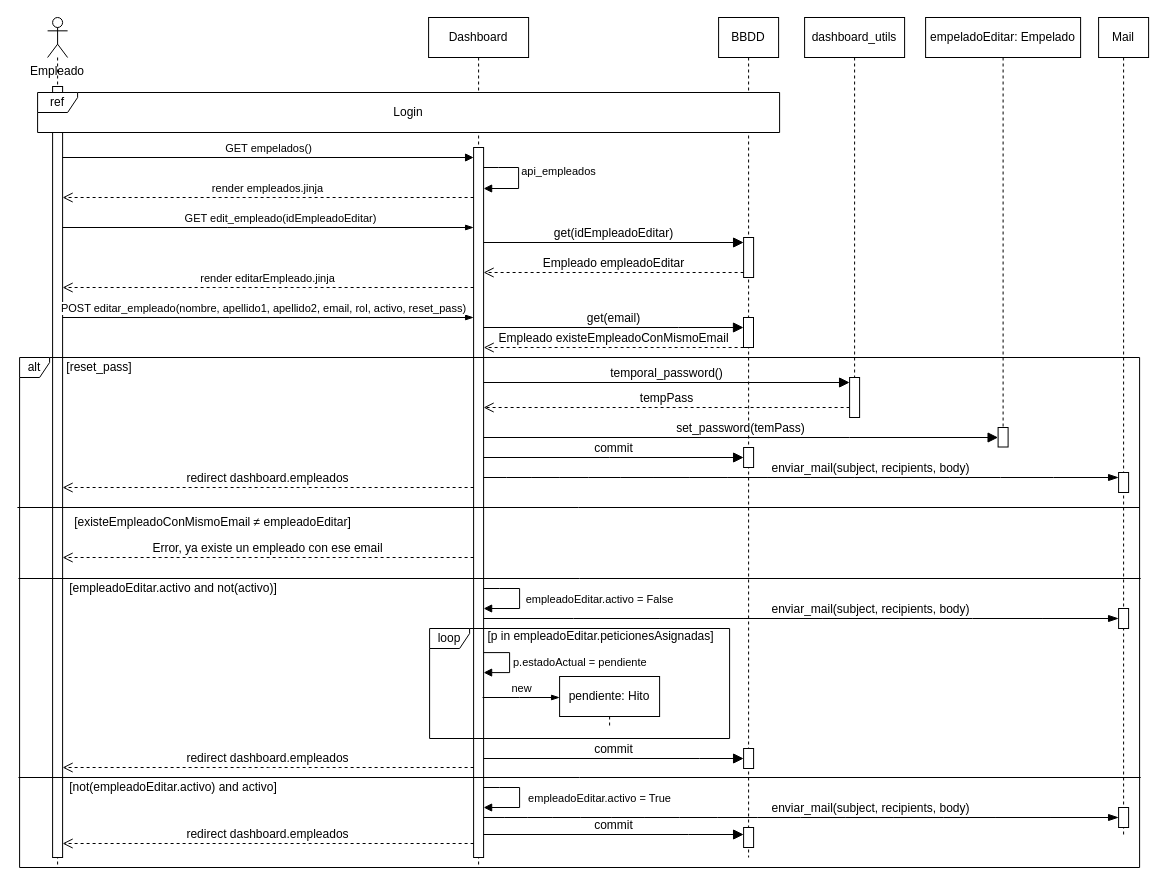
Earlier version of the draw.io diagram page "Secuencia Desactivar Empleados" (13 of 15) of documents/img/diagramas/TFG.drawio (humaral/tfg). Source tidied: cells renumbered, new cells numbered last; positions are measured from the earlier drawing's top-left corner, leaving out a move shared by most shapes. Both pictures are drawn from the tidied source at 100%, with x=0, y=0 at pixel (17, 17).
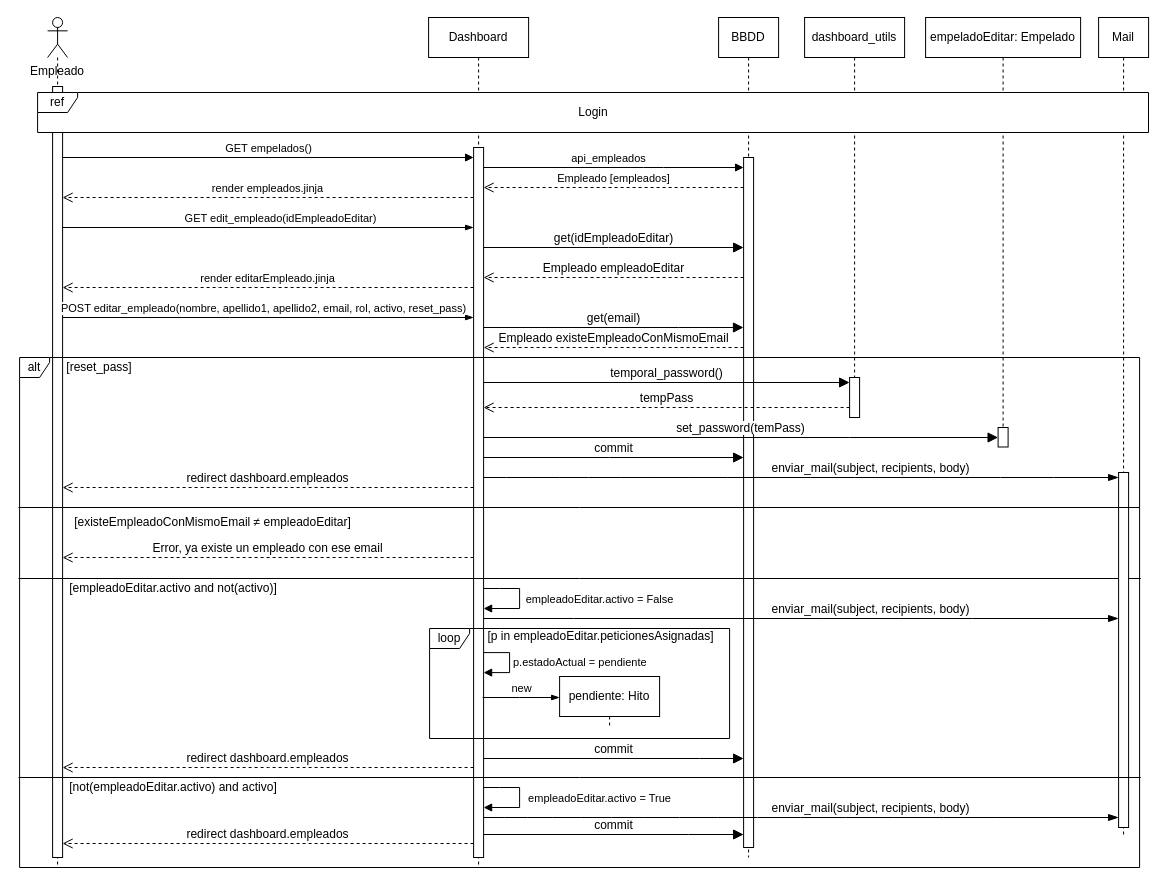
Above is the later version.

Unchanged cells that the change refers to:
```xml
<mxCell id="4" value="Dashboard" style="shape=umlLifeline;perimeter=lifelinePerimeter;whiteSpace=wrap;html=1;newEdgeStyle={&quot;edgeStyle&quot;:&quot;elbowEdgeStyle&quot;,&quot;elbow&quot;:&quot;vertical&quot;,&quot;curved&quot;:0,&quot;rounded&quot;:0};" parent="1" vertex="1">
  <mxGeometry x="411.1" width="100" height="850" as="geometry" />
</mxCell>
<mxCell id="5" style="html=1;points=[[0,0,0,0,5],[0,1,0,0,-5],[1,0,0,0,5],[1,1,0,0,-5]];perimeter=orthogonalPerimeter;outlineConnect=0;targetShapes=umlLifeline;portConstraint=eastwest;newEdgeStyle={&quot;curved&quot;:0,&quot;rounded&quot;:0};" parent="4" vertex="1">
  <mxGeometry x="45" y="130" width="10" height="710" as="geometry" />
</mxCell>
<mxCell id="11" value="BBDD" style="shape=umlLifeline;perimeter=lifelinePerimeter;whiteSpace=wrap;html=1;newEdgeStyle={&quot;curved&quot;:0,&quot;rounded&quot;:0};" parent="1" vertex="1">
  <mxGeometry x="701.1" width="60" height="840" as="geometry" />
</mxCell>
<mxCell id="34" style="html=1;points=[[0,0,0,0,5],[0,1,0,0,-5],[1,0,0,0,5],[1,1,0,0,-5]];perimeter=orthogonalPerimeter;outlineConnect=0;targetShapes=umlLifeline;portConstraint=eastwest;newEdgeStyle={&quot;curved&quot;:0,&quot;rounded&quot;:0};" parent="33" vertex="1">
  <mxGeometry x="45" y="360" width="10" height="40" as="geometry" />
</mxCell>
<mxCell id="39" value="Mail" style="shape=umlLifeline;perimeter=lifelinePerimeter;whiteSpace=wrap;html=1;newEdgeStyle={&quot;curved&quot;:0,&quot;rounded&quot;:0};" parent="1" vertex="1">
  <mxGeometry x="1081.1" width="50" height="820" as="geometry" />
</mxCell>
```

The edit, as a diff of the source:
```diff
@@
-    <mxCell id="6" value="api_empleados" style="html=1;verticalAlign=bottom;endArrow=block;curved=0;rounded=0;" parent="4" edge="1" source="5">
-      <mxGeometry x="0.05" y="40" relative="1" as="geometry">
-        <mxPoint x="55" y="171" as="targetPoint" />
-        <Array as="points">
-          <mxPoint x="70" y="150" />
-          <mxPoint x="90" y="150" />
-          <mxPoint x="90" y="171" />
-        </Array>
-      </mxGeometry>
-    </mxCell>
@@
     <mxCell id="12" style="html=1;points=[[0,0,0,0,5],[0,1,0,0,-5],[1,0,0,0,5],[1,1,0,0,-5]];perimeter=orthogonalPerimeter;outlineConnect=0;targetShapes=umlLifeline;portConstraint=eastwest;newEdgeStyle={&quot;curved&quot;:0,&quot;rounded&quot;:0};" parent="11" vertex="1">
-      <mxGeometry x="25" y="220" width="10" height="40" as="geometry" />
+      <mxGeometry x="25" y="140" width="10" height="690" as="geometry" />
     </mxCell>
-    <mxCell id="13" style="html=1;points=[[0,0,0,0,5],[0,1,0,0,-5],[1,0,0,0,5],[1,1,0,0,-5]];perimeter=orthogonalPerimeter;outlineConnect=0;targetShapes=umlLifeline;portConstraint=eastwest;newEdgeStyle={&quot;curved&quot;:0,&quot;rounded&quot;:0};" parent="11" vertex="1">
-      <mxGeometry x="24.9" y="300" width="10" height="30" as="geometry" />
-    </mxCell>
-    <mxCell id="14" value="ref" style="shape=umlFrame;whiteSpace=wrap;html=1;gradientColor=none;strokeColor=default;swimlaneFillColor=default;width=40;height=20;" parent="1" vertex="1">
-      <mxGeometry x="20.1" y="75" width="742" height="40" as="geometry" />
-    </mxCell>
-    <mxCell id="15" value="Login" style="text;html=1;whiteSpace=wrap;strokeColor=none;fillColor=none;align=center;verticalAlign=middle;rounded=0;" parent="1" vertex="1">
-      <mxGeometry x="361.1" y="80" width="60" height="30" as="geometry" />
-    </mxCell>
@@
-    <mxCell id="22" value="get(idEmpleadoEditar)" style="html=1;verticalAlign=bottom;endArrow=block;curved=0;rounded=0;entryX=0;entryY=0;entryDx=0;entryDy=5;fontSize=12;startSize=8;endSize=8;" parent="1" edge="1" source="5" target="12">
-      <mxGeometry relative="1" as="geometry" />
+    <mxCell id="22" value="get(idEmpleadoEditar)" style="html=1;verticalAlign=bottom;endArrow=block;curved=0;rounded=0;fontSize=12;startSize=8;endSize=8;" parent="1" edge="1" source="5" target="12">
+      <mxGeometry relative="1" as="geometry">
+        <Array as="points">
+          <mxPoint x="591" y="230" />
+        </Array>
+      </mxGeometry>
     </mxCell>
-    <mxCell id="23" value="Empleado empleadoEditar" style="html=1;verticalAlign=bottom;endArrow=open;dashed=1;endSize=8;curved=0;rounded=0;exitX=0;exitY=1;exitDx=0;exitDy=-5;fontSize=12;" parent="1" edge="1" source="12" target="5">
-      <mxGeometry relative="1" as="geometry" />
+    <mxCell id="23" value="Empleado empleadoEditar" style="html=1;verticalAlign=bottom;endArrow=open;dashed=1;endSize=8;curved=0;rounded=0;fontSize=12;" parent="1" edge="1" source="12" target="5">
+      <mxGeometry relative="1" as="geometry">
+        <Array as="points">
+          <mxPoint x="591" y="260" />
+        </Array>
+      </mxGeometry>
     </mxCell>
@@
-    <mxCell id="27" value="commit" style="html=1;verticalAlign=bottom;endArrow=block;curved=0;rounded=0;fontSize=12;startSize=8;endSize=8;" parent="1" edge="1" target="30">
+    <mxCell id="27" value="commit" style="html=1;verticalAlign=bottom;endArrow=block;curved=0;rounded=0;fontSize=12;startSize=8;endSize=8;" parent="1" edge="1">
       <mxGeometry relative="1" as="geometry">
         <mxPoint x="466.1" y="440" as="sourcePoint" />
+        <mxPoint x="726.1" y="440" as="targetPoint" />
         <Array as="points">
           <mxPoint x="592.1" y="440" />
         </Array>
       </mxGeometry>
     </mxCell>
@@
-    <mxCell id="30" style="html=1;points=[[0,0,0,0,5],[0,1,0,0,-5],[1,0,0,0,5],[1,1,0,0,-5]];perimeter=orthogonalPerimeter;outlineConnect=0;targetShapes=umlLifeline;portConstraint=eastwest;newEdgeStyle={&quot;curved&quot;:0,&quot;rounded&quot;:0};" parent="1" vertex="1">
-      <mxGeometry x="726.1" y="430" width="10" height="20" as="geometry" />
-    </mxCell>
@@
-    <mxCell id="32" value="tempPass" style="html=1;verticalAlign=bottom;endArrow=open;dashed=1;endSize=8;curved=0;rounded=0;fontSize=12;" parent="1" edge="1" source="34">
-      <mxGeometry relative="1" as="geometry">
-        <mxPoint x="466.1" y="390" as="targetPoint" />
-        <Array as="points">
-          <mxPoint x="652.1" y="390" />
-        </Array>
-      </mxGeometry>
-    </mxCell>
@@
+    <mxCell id="32" value="tempPass" style="html=1;verticalAlign=bottom;endArrow=open;dashed=1;endSize=8;curved=0;rounded=0;fontSize=12;" parent="1" edge="1" source="34">
+      <mxGeometry relative="1" as="geometry">
+        <mxPoint x="466.1" y="390" as="targetPoint" />
+        <Array as="points">
+          <mxPoint x="652.1" y="390" />
+        </Array>
+      </mxGeometry>
+    </mxCell>
@@
     <mxCell id="40" style="html=1;points=[[0,0,0,0,5],[0,1,0,0,-5],[1,0,0,0,5],[1,1,0,0,-5]];perimeter=orthogonalPerimeter;outlineConnect=0;targetShapes=umlLifeline;portConstraint=eastwest;newEdgeStyle={&quot;curved&quot;:0,&quot;rounded&quot;:0};" parent="39" vertex="1">
-      <mxGeometry x="20" y="455" width="10" height="20" as="geometry" />
+      <mxGeometry x="20" y="455" width="10" height="355" as="geometry" />
     </mxCell>
-    <mxCell id="41" style="html=1;points=[[0,0,0,0,5],[0,1,0,0,-5],[1,0,0,0,5],[1,1,0,0,-5]];perimeter=orthogonalPerimeter;outlineConnect=0;targetShapes=umlLifeline;portConstraint=eastwest;newEdgeStyle={&quot;curved&quot;:0,&quot;rounded&quot;:0};" parent="39" vertex="1">
-      <mxGeometry x="20" y="591" width="10" height="20" as="geometry" />
-    </mxCell>
-    <mxCell id="42" style="html=1;points=[[0,0,0,0,5],[0,1,0,0,-5],[1,0,0,0,5],[1,1,0,0,-5]];perimeter=orthogonalPerimeter;outlineConnect=0;targetShapes=umlLifeline;portConstraint=eastwest;newEdgeStyle={&quot;curved&quot;:0,&quot;rounded&quot;:0};" parent="39" vertex="1">
-      <mxGeometry x="20" y="790" width="10" height="20" as="geometry" />
-    </mxCell>
@@
-    <mxCell id="45" style="edgeStyle=elbowEdgeStyle;fontSize=12;html=1;endArrow=blockThin;endFill=1;rounded=0;startSize=8;endSize=8;curved=1;" parent="1" edge="1" target="41">
+    <mxCell id="45" style="edgeStyle=elbowEdgeStyle;fontSize=12;html=1;endArrow=blockThin;endFill=1;rounded=0;startSize=8;endSize=8;curved=1;" parent="1" edge="1">
       <mxGeometry relative="1" as="geometry">
         <mxPoint x="466.1" y="601" as="sourcePoint" />
+        <mxPoint x="1101.1" y="601" as="targetPoint" />
         <Array as="points">
           <mxPoint x="832.1" y="601" />
         </Array>
       </mxGeometry>
     </mxCell>
@@
-    <mxCell id="52" value="commit" style="html=1;verticalAlign=bottom;endArrow=block;curved=0;rounded=0;fontSize=12;startSize=8;endSize=8;" parent="1" edge="1" target="53">
+    <mxCell id="52" value="commit" style="html=1;verticalAlign=bottom;endArrow=block;curved=0;rounded=0;fontSize=12;startSize=8;endSize=8;" parent="1" edge="1">
       <mxGeometry relative="1" as="geometry">
         <mxPoint x="466.1" y="741" as="sourcePoint" />
+        <mxPoint x="726.1" y="741" as="targetPoint" />
         <Array as="points">
           <mxPoint x="682.1" y="741" />
         </Array>
       </mxGeometry>
     </mxCell>
-    <mxCell id="53" style="html=1;points=[[0,0,0,0,5],[0,1,0,0,-5],[1,0,0,0,5],[1,1,0,0,-5]];perimeter=orthogonalPerimeter;outlineConnect=0;targetShapes=umlLifeline;portConstraint=eastwest;newEdgeStyle={&quot;curved&quot;:0,&quot;rounded&quot;:0};" parent="1" vertex="1">
-      <mxGeometry x="726.1" y="731" width="10" height="20" as="geometry" />
-    </mxCell>
@@
-    <mxCell id="55" value="get(email)" style="html=1;verticalAlign=bottom;endArrow=block;curved=0;rounded=0;fontSize=12;startSize=8;endSize=8;" parent="1" edge="1" source="5" target="13">
+    <mxCell id="55" value="get(email)" style="html=1;verticalAlign=bottom;endArrow=block;curved=0;rounded=0;fontSize=12;startSize=8;endSize=8;" parent="1" edge="1" source="5">
       <mxGeometry relative="1" as="geometry">
+        <mxPoint x="726" y="310" as="targetPoint" />
         <Array as="points">
           <mxPoint x="661" y="310" />
         </Array>
       </mxGeometry>
     </mxCell>
-    <mxCell id="56" style="edgeStyle=elbowEdgeStyle;fontSize=12;html=1;endArrow=none;endFill=0;rounded=0;exitX=0;exitY=0.604;exitDx=0;exitDy=0;exitPerimeter=0;entryX=1.002;entryY=0.604;entryDx=0;entryDy=0;entryPerimeter=0;" parent="1" edge="1">
+    <mxCell id="56" style="edgeStyle=elbowEdgeStyle;fontSize=12;html=1;endArrow=none;endFill=0;rounded=0;entryX=1.002;entryY=0.604;entryDx=0;entryDy=0;entryPerimeter=0;" parent="1" edge="1">
       <mxGeometry relative="1" as="geometry">
-        <mxPoint x="-0.1" y="490" as="sourcePoint" />
+        <mxPoint x="1" y="490" as="sourcePoint" />
         <mxPoint x="1122.1" y="490" as="targetPoint" />
       </mxGeometry>
     </mxCell>
@@
-    <mxCell id="63" style="edgeStyle=elbowEdgeStyle;fontSize=12;html=1;endArrow=blockThin;endFill=1;rounded=0;startSize=8;endSize=8;curved=1;" parent="1" edge="1" source="5" target="42">
+    <mxCell id="63" style="edgeStyle=elbowEdgeStyle;fontSize=12;html=1;endArrow=blockThin;endFill=1;rounded=0;startSize=8;endSize=8;curved=1;" parent="1" edge="1" source="5">
       <mxGeometry relative="1" as="geometry">
+        <mxPoint x="1101.1" y="800" as="targetPoint" />
         <Array as="points">
           <mxPoint x="621.1" y="800" />
         </Array>
       </mxGeometry>
     </mxCell>
@@
-    <mxCell id="65" style="html=1;points=[[0,0,0,0,5],[0,1,0,0,-5],[1,0,0,0,5],[1,1,0,0,-5]];perimeter=orthogonalPerimeter;outlineConnect=0;targetShapes=umlLifeline;portConstraint=eastwest;newEdgeStyle={&quot;curved&quot;:0,&quot;rounded&quot;:0};" parent="1" vertex="1">
-      <mxGeometry x="726.1" y="810" width="10" height="20" as="geometry" />
-    </mxCell>
-    <mxCell id="66" value="commit" style="html=1;verticalAlign=bottom;endArrow=block;curved=0;rounded=0;fontSize=12;startSize=8;endSize=8;" parent="1" edge="1" source="5" target="65">
+    <mxCell id="66" value="commit" style="html=1;verticalAlign=bottom;endArrow=block;curved=0;rounded=0;fontSize=12;startSize=8;endSize=8;" parent="1" edge="1" source="5">
       <mxGeometry relative="1" as="geometry">
+        <mxPoint x="726.1" y="817" as="targetPoint" />
         <Array as="points">
           <mxPoint x="671" y="817" />
         </Array>
       </mxGeometry>
     </mxCell>
@@
+    <mxCell id="6" value="api_empleados" style="html=1;verticalAlign=bottom;endArrow=block;curved=0;rounded=0;" parent="1" edge="1" source="5" target="12">
+      <mxGeometry x="-0.04" relative="1" as="geometry">
+        <Array as="points">
+          <mxPoint x="626" y="150" />
+          <mxPoint x="646" y="150" />
+        </Array>
+      </mxGeometry>
+    </mxCell>
+    <mxCell id="68" value="Empleado [empleados]" style="html=1;verticalAlign=bottom;endArrow=open;dashed=1;endSize=8;curved=0;rounded=0;" parent="1" edge="1" source="12" target="5">
+      <mxGeometry relative="1" as="geometry">
+        <Array as="points">
+          <mxPoint x="691" y="170" />
+          <mxPoint x="661" y="170" />
+        </Array>
+      </mxGeometry>
+    </mxCell>
+    <mxCell id="14" value="ref" style="shape=umlFrame;whiteSpace=wrap;html=1;gradientColor=none;strokeColor=default;swimlaneFillColor=default;width=40;height=20;" parent="1" vertex="1">
+      <mxGeometry x="20.1" y="75" width="1110.9" height="40" as="geometry" />
+    </mxCell>
+    <mxCell id="15" value="Login" style="text;html=1;whiteSpace=wrap;strokeColor=none;fillColor=none;align=center;verticalAlign=middle;rounded=0;" parent="1" vertex="1">
+      <mxGeometry x="545.6" y="80" width="60" height="30" as="geometry" />
+    </mxCell>
```
